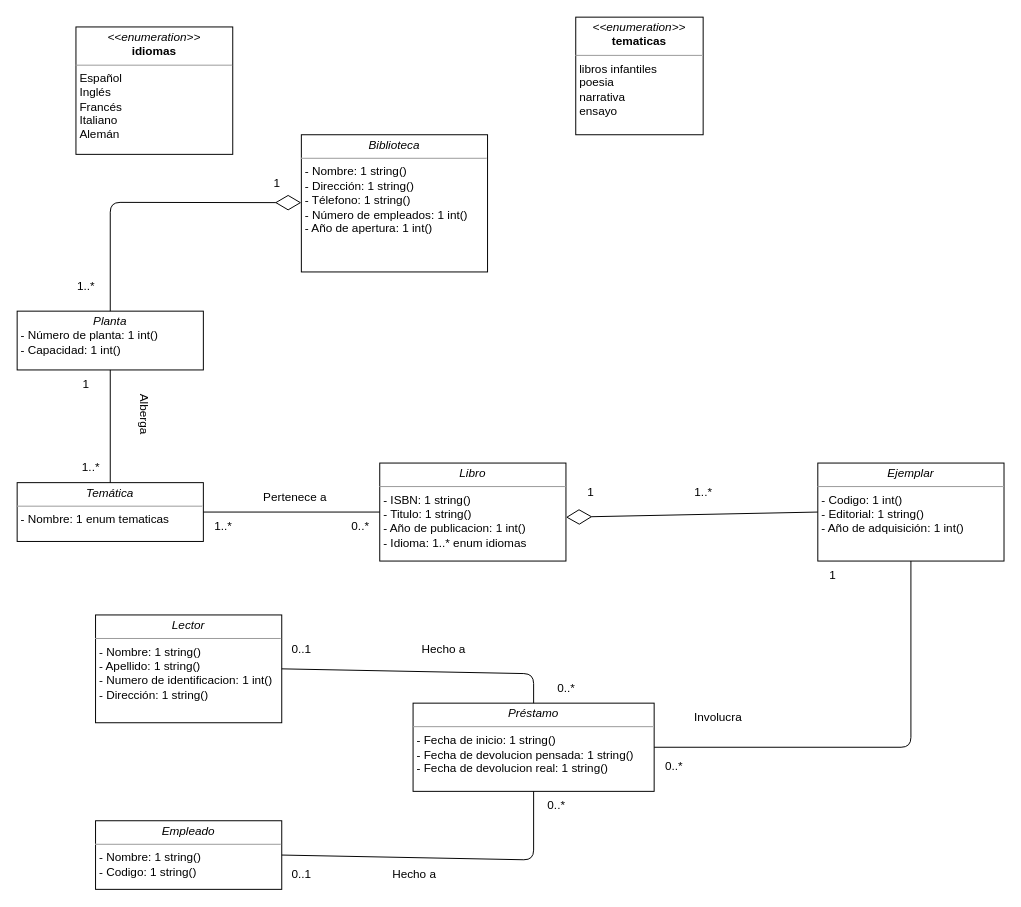
Above: ejercicio17.drawio in mgonzalz/ejercicios_grupales (draw.io), before the change. Source tidied: cells renumbered, new cells numbered last; positions are measured from the earlier drawing's top-left corner, leaving out a move shared by most shapes. Both pictures are drawn from the tidied source at 98%, with x=0, y=0 at pixel (17, 17).
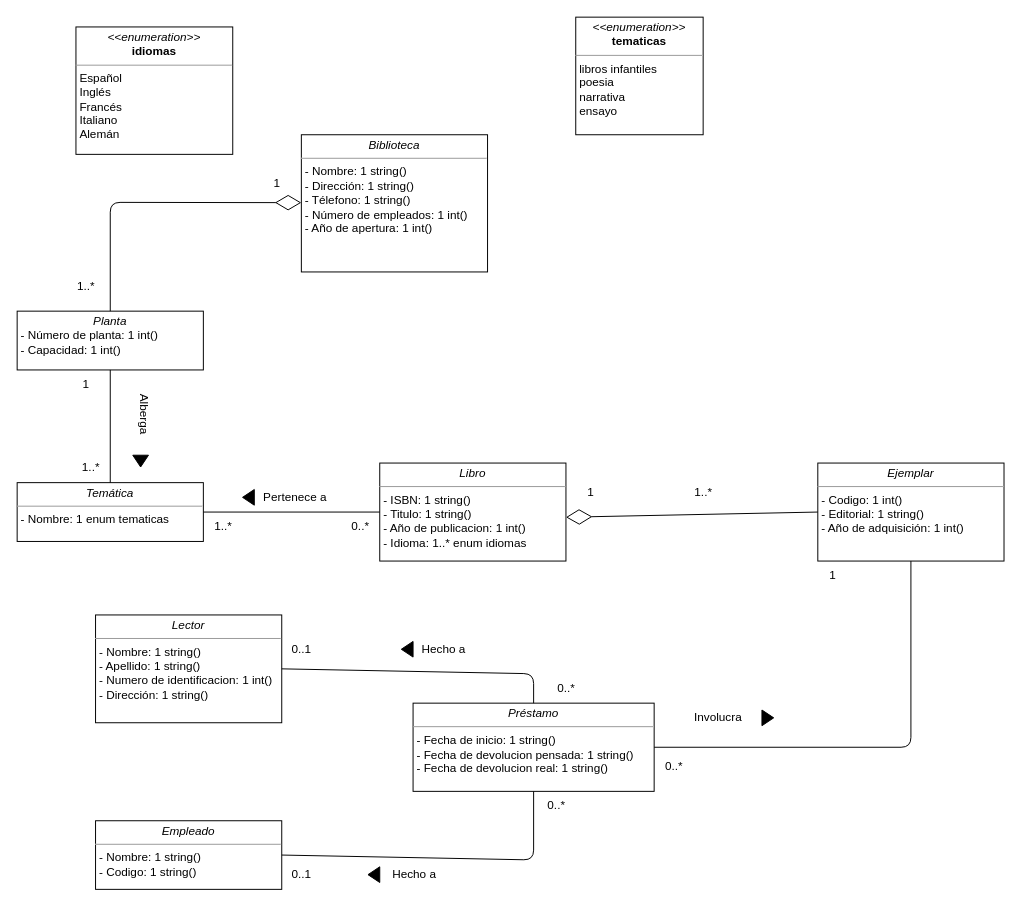
The same diagram, later.

What changed in the source:
```diff
@@
+    <mxCell id="38" style="triangle;whiteSpace=wrap;html=1;flipH=1;fillColor=#000000;rotation=-90;" parent="1" vertex="1">
+      <mxGeometry x="120" y="445" width="12" height="16" as="geometry" />
+    </mxCell>
+    <mxCell id="39" style="triangle;whiteSpace=wrap;html=1;flipH=1;fillColor=#000000;" parent="1" vertex="1">
+      <mxGeometry x="230" y="482" width="12" height="16" as="geometry" />
+    </mxCell>
+    <mxCell id="40" style="triangle;whiteSpace=wrap;html=1;flipH=1;fillColor=#000000;" parent="1" vertex="1">
+      <mxGeometry x="392" y="637" width="12" height="16" as="geometry" />
+    </mxCell>
+    <mxCell id="41" style="triangle;whiteSpace=wrap;html=1;flipH=1;fillColor=#000000;" parent="1" vertex="1">
+      <mxGeometry x="358" y="867" width="12" height="16" as="geometry" />
+    </mxCell>
+    <mxCell id="42" style="triangle;whiteSpace=wrap;html=1;flipH=1;fillColor=#000000;rotation=-180;" parent="1" vertex="1">
+      <mxGeometry x="760" y="707" width="12" height="16" as="geometry" />
+    </mxCell>
```
